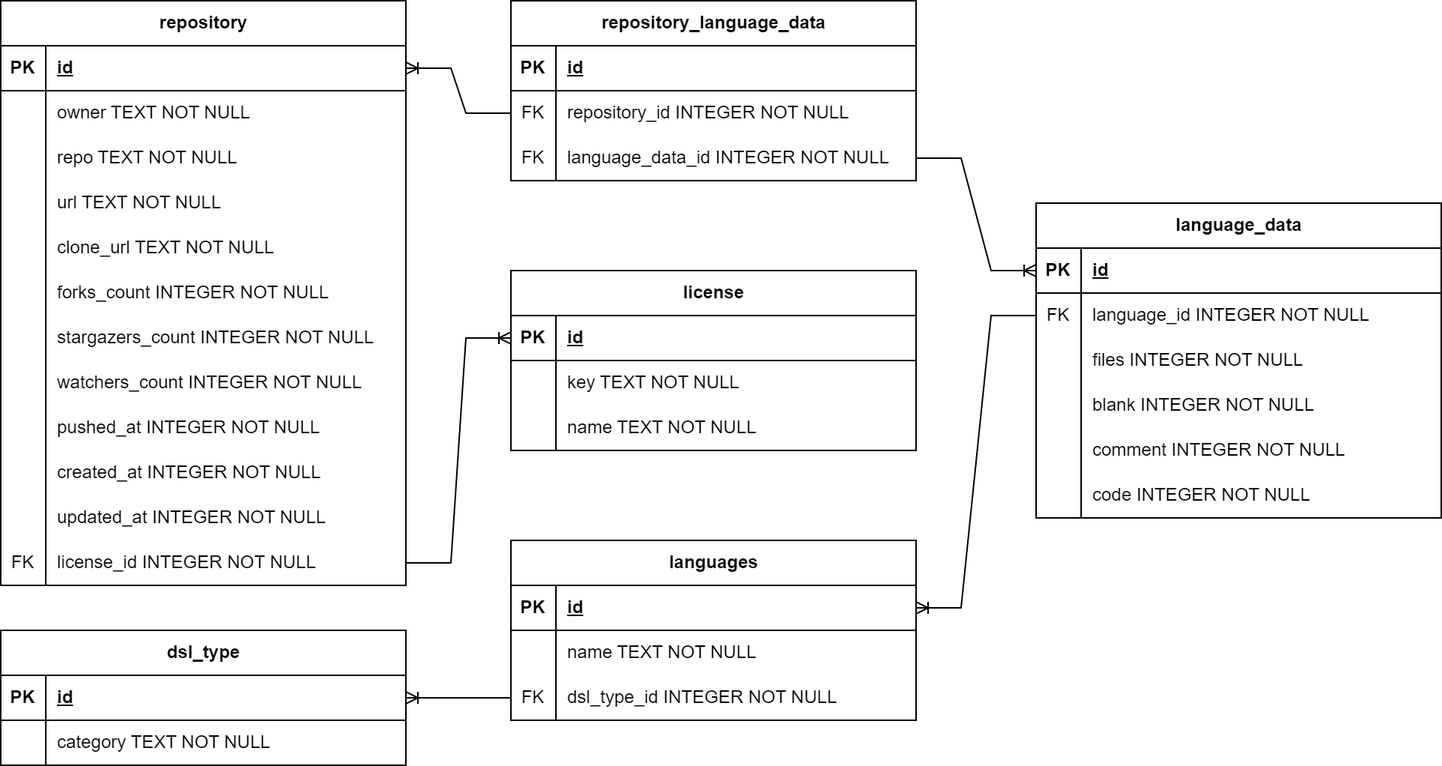
Above: connector/db_schema/db.png in aVorotnikov/dsl_analyzer (draw.io), before the change. Source tidied: cells renumbered, new cells last; positions are measured from the earlier drawing's top-left corner, leaving out a move shared by most shapes.
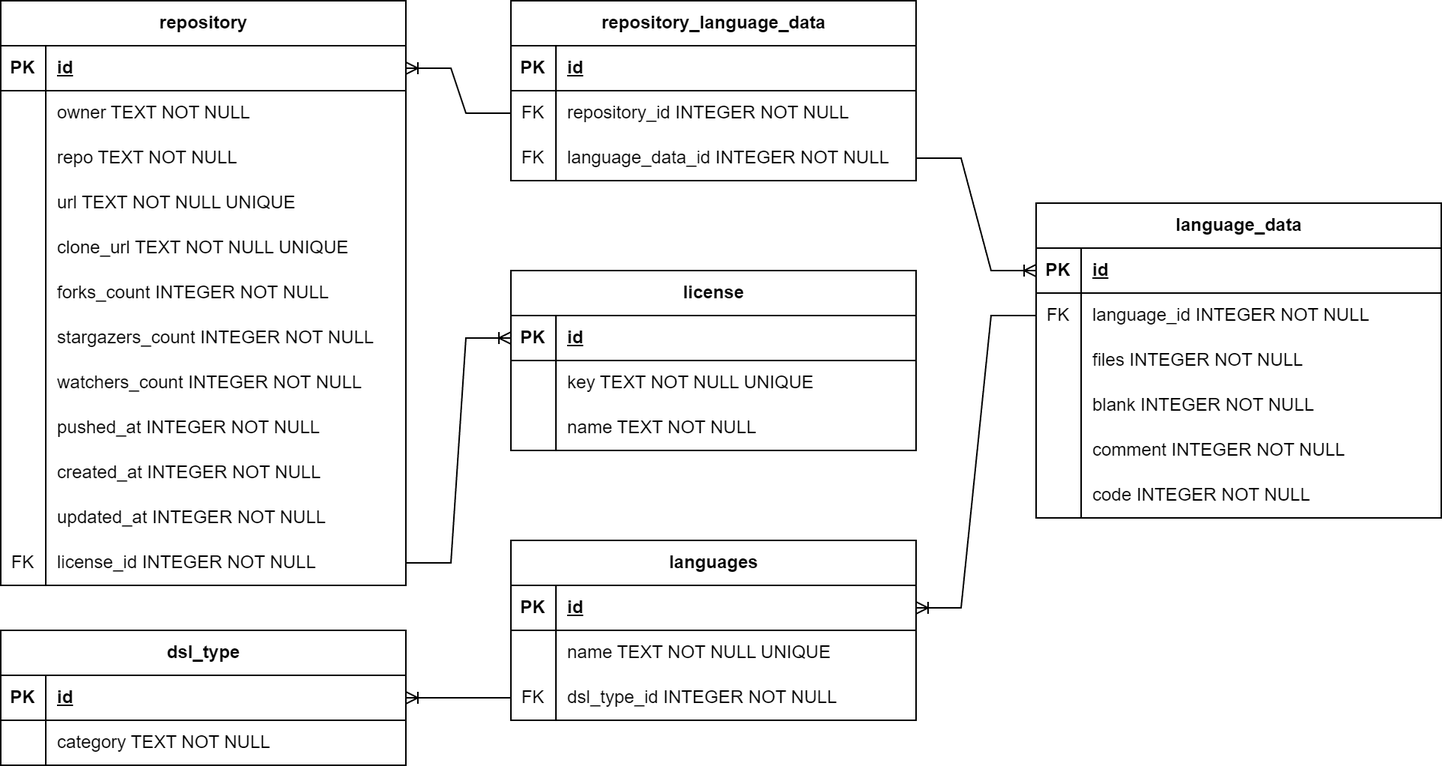
After the commit.

Commit message:
Добавил UNIQUE

Diff of the diagram source:
```diff
@@ -41,7 +41,7 @@
     <mxCell id="14" style="shape=partialRectangle;fillColor=none;top=0;left=0;bottom=0;right=0;overflow=hidden;whiteSpace=wrap;html=1;" parent="13" vertex="1">
       <mxGeometry width="30" height="30" as="geometry" />
     </mxCell>
-    <mxCell id="15" value="name TEXT NOT NULL" style="shape=partialRectangle;fillColor=none;top=0;left=0;bottom=0;right=0;align=left;spacingLeft=6;overflow=hidden;whiteSpace=wrap;html=1;" parent="13" vertex="1">
+    <mxCell id="15" value="name TEXT NOT NULL UNIQUE" style="shape=partialRectangle;fillColor=none;top=0;left=0;bottom=0;right=0;align=left;spacingLeft=6;overflow=hidden;whiteSpace=wrap;html=1;" parent="13" vertex="1">
       <mxGeometry x="30" width="240" height="30" as="geometry" />
     </mxCell>
     <mxCell id="16" style="shape=tableRow;horizontal=0;startSize=0;swimlaneHead=0;swimlaneBody=0;fillColor=none;points=[[0,0.5],[1,0.5]];portConstraint=eastwest;top=0;left=0;right=0;bottom=0;" parent="9" vertex="1">
@@ -157,7 +157,7 @@
     <mxCell id="51" style="shape=partialRectangle;fillColor=none;top=0;left=0;bottom=0;right=0;overflow=hidden;whiteSpace=wrap;html=1;" parent="50" vertex="1">
       <mxGeometry width="30" height="30" as="geometry" />
     </mxCell>
-    <mxCell id="52" value="url TEXT NOT NULL" style="shape=partialRectangle;fillColor=none;top=0;left=0;bottom=0;right=0;align=left;spacingLeft=6;overflow=hidden;whiteSpace=wrap;html=1;" parent="50" vertex="1">
+    <mxCell id="52" value="url TEXT NOT NULL UNIQUE" style="shape=partialRectangle;fillColor=none;top=0;left=0;bottom=0;right=0;align=left;spacingLeft=6;overflow=hidden;whiteSpace=wrap;html=1;" parent="50" vertex="1">
       <mxGeometry x="30" width="240" height="30" as="geometry" />
     </mxCell>
     <mxCell id="53" style="shape=tableRow;horizontal=0;startSize=0;swimlaneHead=0;swimlaneBody=0;fillColor=none;top=0;left=0;right=0;bottom=0;" parent="40" vertex="1">
@@ -166,7 +166,7 @@
     <mxCell id="54" style="shape=partialRectangle;fillColor=none;top=0;left=0;bottom=0;right=0;overflow=hidden;whiteSpace=wrap;html=1;" parent="53" vertex="1">
       <mxGeometry width="30" height="30" as="geometry" />
     </mxCell>
-    <mxCell id="55" value="clone_url TEXT NOT NULL" style="shape=partialRectangle;fillColor=none;top=0;left=0;bottom=0;right=0;align=left;spacingLeft=6;overflow=hidden;whiteSpace=wrap;html=1;" parent="53" vertex="1">
+    <mxCell id="55" value="clone_url TEXT NOT NULL UNIQUE" style="shape=partialRectangle;fillColor=none;top=0;left=0;bottom=0;right=0;align=left;spacingLeft=6;overflow=hidden;whiteSpace=wrap;html=1;" parent="53" vertex="1">
       <mxGeometry x="30" width="240" height="30" as="geometry" />
     </mxCell>
     <mxCell id="56" style="shape=tableRow;horizontal=0;startSize=0;swimlaneHead=0;swimlaneBody=0;fillColor=none;top=0;left=0;right=0;bottom=0;" parent="40" vertex="1">
@@ -291,7 +291,7 @@
     <mxCell id="94" style="shape=partialRectangle;fillColor=none;top=0;left=0;bottom=0;right=0;overflow=hidden;whiteSpace=wrap;html=1;" parent="93" vertex="1">
       <mxGeometry width="30" height="30" as="geometry" />
     </mxCell>
-    <mxCell id="95" value="key TEXT NOT NULL" style="shape=partialRectangle;fillColor=none;top=0;left=0;bottom=0;right=0;align=left;spacingLeft=6;overflow=hidden;whiteSpace=wrap;html=1;" parent="93" vertex="1">
+    <mxCell id="95" value="key TEXT NOT NULL UNIQUE" style="shape=partialRectangle;fillColor=none;top=0;left=0;bottom=0;right=0;align=left;spacingLeft=6;overflow=hidden;whiteSpace=wrap;html=1;" parent="93" vertex="1">
       <mxGeometry x="30" width="240" height="30" as="geometry" />
     </mxCell>
     <mxCell id="96" style="shape=tableRow;horizontal=0;startSize=0;swimlaneHead=0;swimlaneBody=0;fillColor=none;top=0;left=0;right=0;bottom=0;" parent="89" vertex="1">
```
